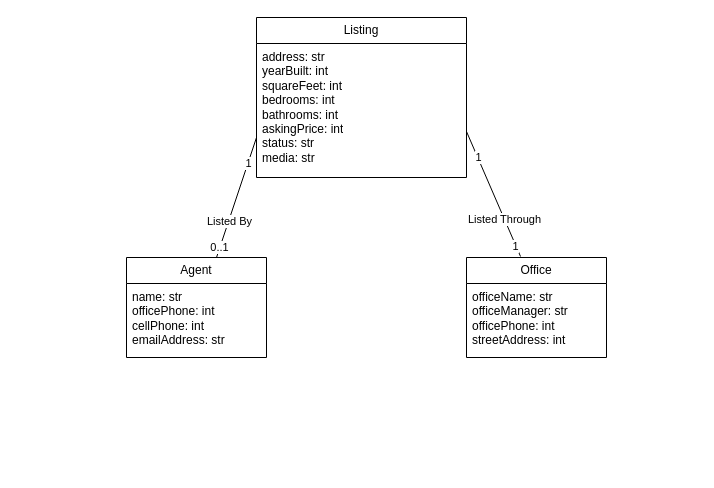
biabcp/Domain-Class-Diagram-Exercise keeps this draw.io diagram as Untitled Diagram.drawio. Above is the earlier version. Source tidied: cells renumbered, new cells numbered last; positions are measured from the earlier drawing's top-left corner, leaving out a move shared by most shapes. Both pictures are drawn from the tidied source at 100%, with x=0, y=0 at pixel (126, 17).
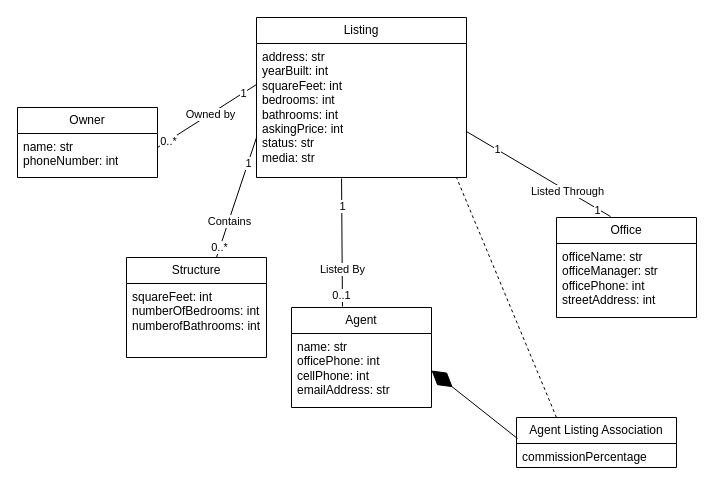
The same page after the edit.

Commit message:
Domain Class Diagram Exercises Diagram.drawio

Unchanged cells that the change refers to:
```xml
<mxCell id="3" value="&lt;div&gt;address: str&lt;/div&gt;&lt;div&gt;yearBuilt: int&lt;/div&gt;&lt;div&gt;squareFeet: int&lt;/div&gt;&lt;div&gt;bedrooms: int&lt;/div&gt;&lt;div&gt;bathrooms: int&lt;/div&gt;&lt;div&gt;askingPrice: int&lt;/div&gt;&lt;div&gt;status: str&lt;/div&gt;&lt;div&gt;media: str&lt;/div&gt;" style="text;strokeColor=none;fillColor=none;align=left;verticalAlign=top;spacingLeft=4;spacingRight=4;overflow=hidden;points=[[0,0.5],[1,0.5]];portConstraint=eastwest;whiteSpace=wrap;html=1;" parent="2" vertex="1">
  <mxGeometry y="26" width="210" height="134" as="geometry" />
</mxCell>
<mxCell id="8" style="endArrow=none;html=1;rounded=0;entryX=0;entryY=0.75;entryDx=0;entryDy=0;" parent="1" edge="1" target="2">
  <mxGeometry relative="1" as="geometry">
    <mxPoint x="90" y="240" as="sourcePoint" />
  </mxGeometry>
</mxCell>
```

Change to the diagram source:
```diff
@@
-    <mxCell id="4" value="Agent" style="swimlane;fontStyle=0;horizontal=1;startSize=26;fillColor=none;whiteSpace=wrap;html=1;" parent="1" vertex="1">
+    <mxCell id="4" value="Structure" style="swimlane;fontStyle=0;horizontal=1;startSize=26;fillColor=none;whiteSpace=wrap;html=1;" parent="1" vertex="1">
       <mxGeometry y="240" width="140" height="100" as="geometry" />
     </mxCell>
-    <mxCell id="5" value="&lt;div&gt;name: str&lt;/div&gt;&lt;div&gt;officePhone: int&lt;/div&gt;&lt;div&gt;cellPhone: int&lt;/div&gt;&lt;div&gt;emailAddress: str&lt;/div&gt;" style="text;strokeColor=none;fillColor=none;align=left;verticalAlign=top;spacingLeft=4;spacingRight=4;overflow=hidden;whiteSpace=wrap;html=1;" parent="4" vertex="1">
+    <mxCell id="5" value="squareFeet: int&lt;br&gt;numberOfBedrooms: int&lt;br&gt;numberofBathrooms: int" style="text;strokeColor=none;fillColor=none;align=left;verticalAlign=top;spacingLeft=4;spacingRight=4;overflow=hidden;whiteSpace=wrap;html=1;" parent="4" vertex="1">
       <mxGeometry y="26" width="140" height="74" as="geometry" />
     </mxCell>
     <mxCell id="6" value="Office" style="swimlane;fontStyle=0;horizontal=1;startSize=26;fillColor=none;whiteSpace=wrap;html=1;" parent="1" vertex="1">
-      <mxGeometry x="340" y="240" width="140" height="100" as="geometry" />
+      <mxGeometry x="430" y="200" width="140" height="100" as="geometry" />
     </mxCell>
@@
-    <mxCell id="9" value="Listed By" style="edgeLabel;html=1;align=center;verticalAlign=middle;" parent="8" vertex="1">
+    <mxCell id="9" value="Contains" style="edgeLabel;html=1;align=center;verticalAlign=middle;" parent="8" vertex="1">
       <mxGeometry x="-0.4" relative="1" as="geometry" />
     </mxCell>
@@
-    <mxCell id="11" value="0..1" style="edgeLabel;html=1;align=center;verticalAlign=middle;" parent="8" vertex="1">
+    <mxCell id="11" value="0..*" style="edgeLabel;html=1;align=center;verticalAlign=middle;" parent="8" vertex="1">
       <mxGeometry x="-0.82" y="1" relative="1" as="geometry" />
     </mxCell>
@@
+    <mxCell id="16" value="Agent" style="swimlane;fontStyle=0;horizontal=1;startSize=26;fillColor=none;whiteSpace=wrap;html=1;" parent="1" vertex="1">
+      <mxGeometry x="165" y="290" width="140" height="100" as="geometry" />
+    </mxCell>
+    <mxCell id="17" value="&lt;div&gt;name: str&lt;/div&gt;&lt;div&gt;officePhone: int&lt;/div&gt;&lt;div&gt;cellPhone: int&lt;/div&gt;&lt;div&gt;emailAddress: str&lt;/div&gt;" style="text;strokeColor=none;fillColor=none;align=left;verticalAlign=top;spacingLeft=4;spacingRight=4;overflow=hidden;points=[[0,0.5],[1,0.5]];portConstraint=eastwest;whiteSpace=wrap;html=1;" parent="16" vertex="1">
+      <mxGeometry y="26" width="140" height="74" as="geometry" />
+    </mxCell>
+    <mxCell id="18" style="endArrow=none;html=1;rounded=0;entryX=0.405;entryY=1.007;entryDx=0;entryDy=0;entryPerimeter=0;exitX=0.364;exitY=-0.01;exitDx=0;exitDy=0;exitPerimeter=0;" parent="1" edge="1" source="16" target="3">
+      <mxGeometry relative="1" as="geometry" />
+    </mxCell>
+    <mxCell id="19" value="Listed By" style="edgeLabel;html=1;align=center;verticalAlign=middle;" parent="18" vertex="1">
+      <mxGeometry x="-0.4" relative="1" as="geometry" />
+    </mxCell>
+    <mxCell id="20" value="1" style="edgeLabel;html=1;align=center;verticalAlign=middle;" parent="18" vertex="1">
+      <mxGeometry x="0.58" relative="1" as="geometry" />
+    </mxCell>
+    <mxCell id="21" value="0..1" style="edgeLabel;html=1;align=center;verticalAlign=middle;" parent="18" vertex="1">
+      <mxGeometry x="-0.82" y="1" relative="1" as="geometry" />
+    </mxCell>
+    <mxCell id="22" value="Owner" style="swimlane;fontStyle=0;horizontal=1;startSize=26;fillColor=none;whiteSpace=wrap;html=1;" parent="1" vertex="1">
+      <mxGeometry x="-109" y="90" width="140" height="70" as="geometry" />
+    </mxCell>
+    <mxCell id="23" value="name: str&lt;br&gt;phoneNumber: int" style="text;strokeColor=none;fillColor=none;align=left;verticalAlign=top;spacingLeft=4;spacingRight=4;overflow=hidden;whiteSpace=wrap;html=1;" parent="22" vertex="1">
+      <mxGeometry y="26" width="140" height="44" as="geometry" />
+    </mxCell>
+    <mxCell id="24" style="endArrow=none;html=1;rounded=0;entryX=0;entryY=0.306;entryDx=0;entryDy=0;entryPerimeter=0;" parent="1" edge="1" target="3">
+      <mxGeometry relative="1" as="geometry">
+        <mxPoint x="31" y="130" as="sourcePoint" />
+      </mxGeometry>
+    </mxCell>
+    <mxCell id="25" value="Owned by" style="edgeLabel;html=1;align=center;verticalAlign=middle;" parent="24" vertex="1">
+      <mxGeometry x="0.06" y="-1" relative="1" as="geometry">
+        <mxPoint y="-1" as="offset" />
+      </mxGeometry>
+    </mxCell>
+    <mxCell id="26" value="0..*" style="edgeLabel;html=1;align=center;verticalAlign=middle;" parent="24" vertex="1">
+      <mxGeometry x="-0.8" relative="1" as="geometry" />
+    </mxCell>
+    <mxCell id="27" value="1&lt;br&gt;" style="edgeLabel;html=1;align=center;verticalAlign=middle;" parent="24" vertex="1">
+      <mxGeometry x="0.72" relative="1" as="geometry" />
+    </mxCell>
+    <mxCell id="28" value="Agent Listing Association" style="swimlane;fontStyle=0;horizontal=1;startSize=26;fillColor=none;whiteSpace=wrap;html=1;" parent="1" vertex="1">
+      <mxGeometry x="390" y="400" width="160" height="50" as="geometry" />
+    </mxCell>
+    <mxCell id="29" value="commissionPercentage" style="text;strokeColor=none;fillColor=none;align=left;verticalAlign=top;spacingLeft=4;spacingRight=4;overflow=hidden;points=[[0,0.5],[1,0.5]];portConstraint=eastwest;whiteSpace=wrap;html=1;" parent="28" vertex="1">
+      <mxGeometry y="26" width="160" height="24" as="geometry" />
+    </mxCell>
+    <mxCell id="30" style="endArrow=none;dashed=1;html=1;rounded=0;exitX=0.25;exitY=0;exitDx=0;exitDy=0;" parent="1" edge="1" source="28">
+      <mxGeometry relative="1" as="geometry">
+        <mxPoint x="330" y="160" as="targetPoint" />
+      </mxGeometry>
+    </mxCell>
+    <mxCell id="31" style="endArrow=diamondThin;endFill=1;endSize=24;html=1;rounded=0;entryX=1;entryY=0.5;entryDx=0;entryDy=0;exitX=0.006;exitY=-0.208;exitDx=0;exitDy=0;exitPerimeter=0;" parent="1" edge="1" source="29" target="17">
+      <mxGeometry relative="1" as="geometry" />
+    </mxCell>
```
